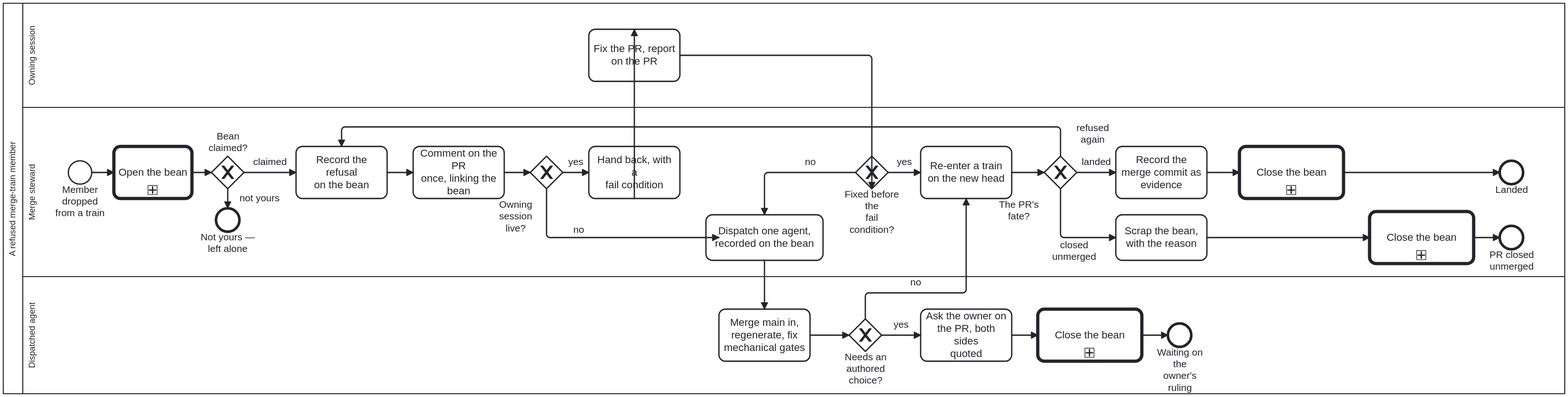
Above: docs/assets/img/workflows/merge-refusal.svg in litlfred/cat-harness (BPMN), before the change. Its source is kept beside it as processes/sdlc/merge-refusal.bpmn. Ids are renumbered.
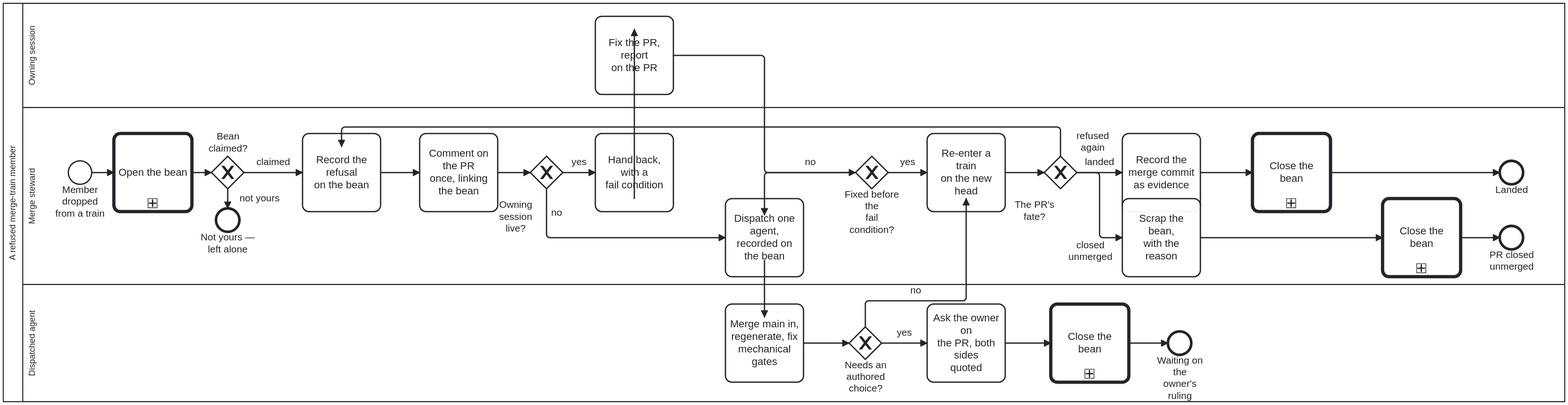
The same diagram one commit later.

The edit, as a diff of the source:
```diff
@@ -226,61 +226,73 @@
   <bpmndi:BPMNDiagram id="Diagram_Process_MergeRefusal">
     <bpmndi:BPMNPlane id="Plane_Process_MergeRefusal" bpmnElement="Collaboration_Process_MergeRefusal">
       <bpmndi:BPMNShape id="Shape_Participant" bpmnElement="Participant_Process_MergeRefusal" isHorizontal="true">
-        <dc:Bounds x="0" y="0" width="2400" height="600" />
+        <dc:Bounds x="0" y="0" width="2400" height="612" />
       </bpmndi:BPMNShape>
       <bpmndi:BPMNShape id="Shape_Lane_Steward" bpmnElement="Lane_Steward" isHorizontal="true">
-        <dc:Bounds x="30" y="160" width="2370" height="260" />
+        <dc:Bounds x="30" y="160" width="2370" height="272" />
       </bpmndi:BPMNShape>
       <bpmndi:BPMNShape id="Shape_Lane_Owner" bpmnElement="Lane_Owner" isHorizontal="true">
         <dc:Bounds x="30" y="0" width="2370" height="160" />
       </bpmndi:BPMNShape>
       <bpmndi:BPMNShape id="Shape_Lane_Dispatched" bpmnElement="Lane_Dispatched" isHorizontal="true">
-        <dc:Bounds x="30" y="420" width="2370" height="180" />
+        <dc:Bounds x="30" y="432" width="2370" height="180" />
       </bpmndi:BPMNShape>
       <bpmndi:BPMNShape id="Shape_Start_Refused" bpmnElement="Start_Refused"><dc:Bounds x="100" y="242" width="36" height="36" /></bpmndi:BPMNShape>
-      <bpmndi:BPMNShape id="Shape_Task_Record" bpmnElement="Task_Record"><dc:Bounds x="450" y="220" width="140" height="80" /></bpmndi:BPMNShape>
-      <bpmndi:BPMNShape id="Shape_Task_Comment" bpmnElement="Task_Comment"><dc:Bounds x="630" y="220" width="140" height="80" /></bpmndi:BPMNShape>
+      <bpmndi:BPMNShape id="Shape_Task_Record" bpmnElement="Task_Record"><dc:Bounds x="460" y="200" width="120" height="120" /></bpmndi:BPMNShape>
+      <bpmndi:BPMNShape id="Shape_Task_Comment" bpmnElement="Task_Comment"><dc:Bounds x="640" y="200" width="120" height="120" /></bpmndi:BPMNShape>
       <bpmndi:BPMNShape id="Shape_GW_Owner" bpmnElement="GW_Owner" isMarkerVisible="true"><dc:Bounds x="810" y="235" width="50" height="50" />
-        <bpmndi:BPMNLabel><dc:Bounds x="742.5" y="300.5" width="90" height="53" /></bpmndi:BPMNLabel>
-      </bpmndi:BPMNShape>
-      <bpmndi:BPMNShape id="Shape_Task_HandBack" bpmnElement="Task_HandBack"><dc:Bounds x="900" y="220" width="140" height="80" /></bpmndi:BPMNShape>
-      <bpmndi:BPMNShape id="Shape_Task_Dispatch" bpmnElement="Task_Dispatch"><dc:Bounds x="1080" y="325" width="180" height="70" /></bpmndi:BPMNShape>
+
+      <bpmndi:BPMNLabel><dc:Bounds x="742.5" y="300.5" width="90" height="53" /></bpmndi:BPMNLabel></bpmndi:BPMNShape>
+      <bpmndi:BPMNShape id="Shape_Task_HandBack" bpmnElement="Task_HandBack"><dc:Bounds x="910" y="200" width="120" height="120" /></bpmndi:BPMNShape>
+      <bpmndi:BPMNShape id="Shape_Task_Dispatch" bpmnElement="Task_Dispatch"><dc:Bounds x="1110" y="300" width="120" height="120" /></bpmndi:BPMNShape>
       <bpmndi:BPMNShape id="Shape_GW_FailCond" bpmnElement="GW_FailCond" isMarkerVisible="true"><dc:Bounds x="1310" y="235" width="50" height="50" /></bpmndi:BPMNShape>
-      <bpmndi:BPMNShape id="Shape_Task_Retrain" bpmnElement="Task_Retrain"><dc:Bounds x="1410" y="220" width="140" height="80" /></bpmndi:BPMNShape>
+      <bpmndi:BPMNShape id="Shape_Task_Retrain" bpmnElement="Task_Retrain"><dc:Bounds x="1420" y="200" width="120" height="120" /></bpmndi:BPMNShape>
       <bpmndi:BPMNShape id="Shape_GW_Fate" bpmnElement="GW_Fate" isMarkerVisible="true"><dc:Bounds x="1600" y="235" width="50" height="50" />
-        <bpmndi:BPMNLabel><dc:Bounds x="1516" y="300.5" width="90" height="35" /></bpmndi:BPMNLabel>
-      </bpmndi:BPMNShape>
-      <bpmndi:BPMNShape id="Shape_Task_Close" bpmnElement="Task_Close"><dc:Bounds x="1710" y="220" width="140" height="80" /></bpmndi:BPMNShape>
+
+      <bpmndi:BPMNLabel><dc:Bounds x="1540" y="300.5" width="90" height="35" /></bpmndi:BPMNLabel></bpmndi:BPMNShape>
+      <bpmndi:BPMNShape id="Shape_Task_Close" bpmnElement="Task_Close"><dc:Bounds x="1720" y="200" width="120" height="120" /></bpmndi:BPMNShape>
       <bpmndi:BPMNShape id="Shape_End_Closed" bpmnElement="End_Closed"><dc:Bounds x="2300" y="242" width="36" height="36" /></bpmndi:BPMNShape>
-      <bpmndi:BPMNShape id="Shape_Task_Scrap" bpmnElement="Task_Scrap"><dc:Bounds x="1710" y="325" width="140" height="70" /></bpmndi:BPMNShape>
+      <bpmndi:BPMNShape id="Shape_Task_Scrap" bpmnElement="Task_Scrap"><dc:Bounds x="1720" y="300" width="120" height="120" /></bpmndi:BPMNShape>
       <bpmndi:BPMNShape id="Shape_End_Scrapped" bpmnElement="End_Scrapped"><dc:Bounds x="2300" y="342" width="36" height="36" /></bpmndi:BPMNShape>
-      <bpmndi:BPMNShape id="Shape_Task_Fix" bpmnElement="Task_Fix"><dc:Bounds x="900" y="40" width="140" height="80" /></bpmndi:BPMNShape>
-      <bpmndi:BPMNShape id="Shape_Task_AgentFix" bpmnElement="Task_AgentFix"><dc:Bounds x="1100" y="470" width="140" height="80" /></bpmndi:BPMNShape>
-      <bpmndi:BPMNShape id="Shape_GW_Authored" bpmnElement="GW_Authored" isMarkerVisible="true"><dc:Bounds x="1300" y="485" width="50" height="50" /></bpmndi:BPMNShape>
-      <bpmndi:BPMNShape id="Shape_Task_AskOwner" bpmnElement="Task_AskOwner"><dc:Bounds x="1410" y="470" width="140" height="80" /></bpmndi:BPMNShape>
-      <bpmndi:BPMNShape id="Shape_End_AwaitOwner" bpmnElement="End_AwaitOwner"><dc:Bounds x="1790" y="492" width="36" height="36" /></bpmndi:BPMNShape>
-      <bpmndi:BPMNEdge id="Edge_r1" bpmnElement="r1"><di:waypoint x="136" y="260"/><di:waypoint x="170" y="260"/></bpmndi:BPMNEdge>
-      <bpmndi:BPMNEdge id="Edge_r2" bpmnElement="r2"><di:waypoint x="590" y="260"/><di:waypoint x="630" y="260"/></bpmndi:BPMNEdge>
-      <bpmndi:BPMNEdge id="Edge_r3" bpmnElement="r3"><di:waypoint x="770" y="260"/><di:waypoint x="810" y="260"/></bpmndi:BPMNEdge>
-      <bpmndi:BPMNEdge id="Edge_r4" bpmnElement="r4"><di:waypoint x="860" y="260"/><di:waypoint x="900" y="260"/></bpmndi:BPMNEdge>
+      <bpmndi:BPMNShape id="Shape_Task_Fix" bpmnElement="Task_Fix"><dc:Bounds x="910" y="20" width="120" height="120" /></bpmndi:BPMNShape>
+      <bpmndi:BPMNShape id="Shape_Task_AgentFix" bpmnElement="Task_AgentFix"><dc:Bounds x="1110" y="462" width="120" height="120" /></bpmndi:BPMNShape>
+      <bpmndi:BPMNShape id="Shape_GW_Authored" bpmnElement="GW_Authored" isMarkerVisible="true"><dc:Bounds x="1300" y="497" width="50" height="50" /></bpmndi:BPMNShape>
+      <bpmndi:BPMNShape id="Shape_Task_AskOwner" bpmnElement="Task_AskOwner"><dc:Bounds x="1420" y="462" width="120" height="120" /></bpmndi:BPMNShape>
+      <bpmndi:BPMNShape id="Shape_End_AwaitOwner" bpmnElement="End_AwaitOwner"><dc:Bounds x="1790" y="504" width="36" height="36" /></bpmndi:BPMNShape>
+      <bpmndi:BPMNEdge id="Edge_r1" bpmnElement="r1">
+        <di:waypoint x="136" y="260" />
+        <di:waypoint x="170" y="260" />
+      </bpmndi:BPMNEdge>
+      <bpmndi:BPMNEdge id="Edge_r2" bpmnElement="r2">
+        <di:waypoint x="580" y="260" />
+        <di:waypoint x="640" y="260" />
+      </bpmndi:BPMNEdge>
+      <bpmndi:BPMNEdge id="Edge_r3" bpmnElement="r3">
+        <di:waypoint x="760" y="260" />
+        <di:waypoint x="810" y="260" />
+      </bpmndi:BPMNEdge>
+      <bpmndi:BPMNEdge id="Edge_r4" bpmnElement="r4">
+        <di:waypoint x="860" y="260" />
+        <di:waypoint x="910" y="260" />
+      </bpmndi:BPMNEdge>
       <bpmndi:BPMNEdge id="Edge_r5" bpmnElement="r5">
         <di:waypoint x="835" y="285" />
         <di:waypoint x="835" y="360" />
-        <di:waypoint x="1100" y="360" />
-        <bpmndi:BPMNLabel><dc:Bounds x="839" y="339" width="90" height="17" /></bpmndi:BPMNLabel>
+        <di:waypoint x="1110" y="360" />
       </bpmndi:BPMNEdge>
       <bpmndi:BPMNEdge id="Edge_r6" bpmnElement="r6">
         <di:waypoint x="970" y="300" />
         <di:waypoint x="970" y="40" />
       </bpmndi:BPMNEdge>
       <bpmndi:BPMNEdge id="Edge_r7" bpmnElement="r7">
-        <di:waypoint x="1040" y="80" />
-        <di:waypoint x="1335" y="80" />
-        <di:waypoint x="1335" y="285" />
+        <di:waypoint x="1030" y="80" />
+        <di:waypoint x="1170" y="80" />
+        <di:waypoint x="1170" y="260" />
+        <di:waypoint x="1310" y="260" />
       </bpmndi:BPMNEdge>
       <bpmndi:BPMNEdge id="Edge_r8" bpmnElement="r8">
         <di:waypoint x="1360" y="260" />
-        <di:waypoint x="1410" y="260" />
+        <di:waypoint x="1420" y="260" />
       </bpmndi:BPMNEdge>
       <bpmndi:BPMNEdge id="Edge_r9" bpmnElement="r9">
         <di:waypoint x="1310" y="260" />
@@ -289,78 +301,85 @@
       </bpmndi:BPMNEdge>
       <bpmndi:BPMNEdge id="Edge_r10" bpmnElement="r10">
         <di:waypoint x="1170" y="395" />
-        <di:waypoint x="1170" y="470" />
+        <di:waypoint x="1170" y="482" />
       </bpmndi:BPMNEdge>
       <bpmndi:BPMNEdge id="Edge_r11" bpmnElement="r11">
-        <di:waypoint x="1240" y="510" />
-        <di:waypoint x="1300" y="510" />
+        <di:waypoint x="1230" y="522" />
+        <di:waypoint x="1300" y="522" />
       </bpmndi:BPMNEdge>
       <bpmndi:BPMNEdge id="Edge_r12" bpmnElement="r12">
-        <di:waypoint x="1350" y="510" />
-        <di:waypoint x="1410" y="510" />
+        <di:waypoint x="1350" y="522" />
+        <di:waypoint x="1420" y="522" />
       </bpmndi:BPMNEdge>
       <bpmndi:BPMNEdge id="Edge_r13" bpmnElement="r13">
-        <di:waypoint x="1325" y="485" />
-        <di:waypoint x="1325" y="445" />
-        <di:waypoint x="1480" y="445" />
+        <di:waypoint x="1325" y="497" />
+        <di:waypoint x="1325" y="457" />
+        <di:waypoint x="1480" y="457" />
         <di:waypoint x="1480" y="300" />
       </bpmndi:BPMNEdge>
       <bpmndi:BPMNEdge id="Edge_r14" bpmnElement="r14">
-        <di:waypoint x="1550" y="510" />
-        <di:waypoint x="1590" y="510" />
+        <di:waypoint x="1540" y="522" />
+        <di:waypoint x="1610" y="522" />
       </bpmndi:BPMNEdge>
       <bpmndi:BPMNEdge id="Edge_r15" bpmnElement="r15">
-        <di:waypoint x="1550" y="260" />
+        <di:waypoint x="1540" y="260" />
         <di:waypoint x="1600" y="260" />
       </bpmndi:BPMNEdge>
       <bpmndi:BPMNEdge id="Edge_r16" bpmnElement="r16">
         <di:waypoint x="1650" y="260" />
-        <di:waypoint x="1710" y="260" />
+        <di:waypoint x="1720" y="260" />
       </bpmndi:BPMNEdge>
       <bpmndi:BPMNEdge id="Edge_r17" bpmnElement="r17">
         <di:waypoint x="1625" y="235" />
         <di:waypoint x="1625" y="190" />
         <di:waypoint x="520" y="190" />
         <di:waypoint x="520" y="220" />
-        <bpmndi:BPMNLabel><dc:Bounds x="1629" y="183.25" width="90" height="36" /></bpmndi:BPMNLabel>
+        <bpmndi:BPMNLabel><dc:Bounds x="1629" y="194.5" width="90" height="36" /></bpmndi:BPMNLabel>
       </bpmndi:BPMNEdge>
       <bpmndi:BPMNEdge id="Edge_r18" bpmnElement="r18">
-        <di:waypoint x="1625" y="285" />
-        <di:waypoint x="1625" y="360" />
-        <di:waypoint x="1710" y="360" />
-        <bpmndi:BPMNLabel><dc:Bounds x="1601.25" y="363" width="90" height="36" /></bpmndi:BPMNLabel>
+        <di:waypoint x="1650" y="260" />
+        <di:waypoint x="1685" y="260" />
+        <di:waypoint x="1685" y="360" />
+        <di:waypoint x="1720" y="360" />
+        <bpmndi:BPMNLabel><dc:Bounds x="1626" y="363" width="90" height="36" /></bpmndi:BPMNLabel>
       </bpmndi:BPMNEdge>
       <bpmndi:BPMNEdge id="Edge_r19" bpmnElement="r19">
-        <di:waypoint x="1850" y="260" />
-        <di:waypoint x="1900" y="260" />
+        <di:waypoint x="1840" y="260" />
+        <di:waypoint x="1920" y="260" />
       </bpmndi:BPMNEdge>
       <bpmndi:BPMNEdge id="Edge_r20" bpmnElement="r20">
-        <di:waypoint x="1850" y="360" />
-        <di:waypoint x="2100" y="360" />
+        <di:waypoint x="1840" y="360" />
+        <di:waypoint x="2120" y="360" />
       </bpmndi:BPMNEdge>
-      <bpmndi:BPMNShape id="Call_BeanOpen_di" bpmnElement="Call_BeanOpen"><dc:Bounds x="170" y="220" width="120" height="80" /></bpmndi:BPMNShape>
-      <bpmndi:BPMNEdge id="SF_Bean_1_di" bpmnElement="SF_Bean_1"><di:waypoint x="370" y="260"/><di:waypoint x="450" y="260"/></bpmndi:BPMNEdge>
+      <bpmndi:BPMNShape id="Call_BeanOpen_di" bpmnElement="Call_BeanOpen"><dc:Bounds x="170" y="200" width="120" height="120" /></bpmndi:BPMNShape>
+      <bpmndi:BPMNEdge id="SF_Bean_1_di" bpmnElement="SF_Bean_1">
+        <di:waypoint x="370" y="260" />
+        <di:waypoint x="460" y="260" />
+      </bpmndi:BPMNEdge>
       <bpmndi:BPMNShape id="GW_BeanYours_di" bpmnElement="GW_BeanYours" isMarkerVisible="true"><dc:Bounds x="320" y="235" width="50" height="50" />
 
       <bpmndi:BPMNLabel><dc:Bounds x="300" y="196" width="90" height="35" /></bpmndi:BPMNLabel></bpmndi:BPMNShape>
       <bpmndi:BPMNShape id="End_BeanNotYours_di" bpmnElement="End_BeanNotYours"><dc:Bounds x="327" y="315" width="36" height="36" /></bpmndi:BPMNShape>
-      <bpmndi:BPMNEdge id="SF_Bean_2_di" bpmnElement="SF_Bean_2"><di:waypoint x="290" y="260"/><di:waypoint x="320" y="260"/></bpmndi:BPMNEdge>
+      <bpmndi:BPMNEdge id="SF_Bean_2_di" bpmnElement="SF_Bean_2">
+        <di:waypoint x="290" y="260" />
+        <di:waypoint x="320" y="260" />
+      </bpmndi:BPMNEdge>
       <bpmndi:BPMNEdge id="SF_Bean_3_di" bpmnElement="SF_Bean_3"><di:waypoint x="345" y="285"/><di:waypoint x="345" y="315"/>
         <bpmndi:BPMNLabel><dc:Bounds x="349" y="291" width="90" height="18" /></bpmndi:BPMNLabel>
       </bpmndi:BPMNEdge>
-      <bpmndi:BPMNShape id="Call_BeanClose_di" bpmnElement="Call_BeanClose"><dc:Bounds x="1590" y="470" width="160" height="80" /></bpmndi:BPMNShape>
+      <bpmndi:BPMNShape id="Call_BeanClose_di" bpmnElement="Call_BeanClose"><dc:Bounds x="1610" y="462" width="120" height="120" /></bpmndi:BPMNShape>
       <bpmndi:BPMNEdge id="SF_Bean_4_di" bpmnElement="SF_Bean_4">
-        <di:waypoint x="1750" y="510" />
-        <di:waypoint x="1790" y="510" />
+        <di:waypoint x="1730" y="522" />
+        <di:waypoint x="1790" y="522" />
       </bpmndi:BPMNEdge>
-      <bpmndi:BPMNShape id="Call_BeanClose_2_di" bpmnElement="Call_BeanClose_2"><dc:Bounds x="1900" y="220" width="160" height="80" /></bpmndi:BPMNShape>
+      <bpmndi:BPMNShape id="Call_BeanClose_2_di" bpmnElement="Call_BeanClose_2"><dc:Bounds x="1920" y="200" width="120" height="120" /></bpmndi:BPMNShape>
       <bpmndi:BPMNEdge id="SF_Bean_5_di" bpmnElement="SF_Bean_5">
-        <di:waypoint x="2060" y="260" />
+        <di:waypoint x="2040" y="260" />
         <di:waypoint x="2300" y="260" />
       </bpmndi:BPMNEdge>
-      <bpmndi:BPMNShape id="Call_BeanClose_3_di" bpmnElement="Call_BeanClose_3"><dc:Bounds x="2100" y="320" width="160" height="80" /></bpmndi:BPMNShape>
+      <bpmndi:BPMNShape id="Call_BeanClose_3_di" bpmnElement="Call_BeanClose_3"><dc:Bounds x="2120" y="300" width="120" height="120" /></bpmndi:BPMNShape>
       <bpmndi:BPMNEdge id="SF_Bean_6_di" bpmnElement="SF_Bean_6">
-        <di:waypoint x="2260" y="360" />
+        <di:waypoint x="2240" y="360" />
         <di:waypoint x="2300" y="360" />
       </bpmndi:BPMNEdge>
     </bpmndi:BPMNPlane>
```
